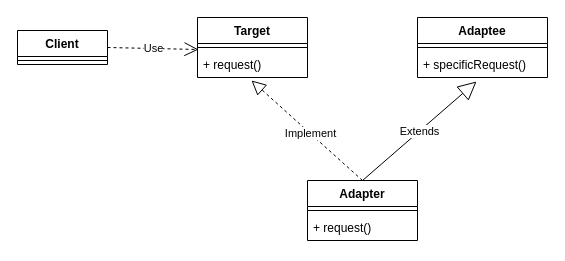
The draw.io diagram 设计模式/适配器模式-类适配器.drawio in g1823/Draw, before the edit. Source tidied: cells renumbered, new cells numbered last; positions are measured from the earlier drawing's top-left corner, leaving out a move shared by most shapes. Both pictures are drawn from the tidied source at 100%, with x=0, y=0 at pixel (17, 17).
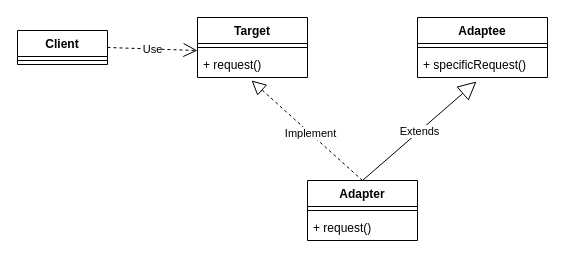
Above is the later version.

Commit message (it also covers changes not shown here):
更新适配器模式-类适配器.drawio

What changed in the source:
```diff
@@
 <mxGraphModel>
   <root>
     <mxCell id="0" />
     <mxCell id="1" parent="0" />
     <mxCell id="2" value="Client" style="swimlane;fontStyle=1;align=center;verticalAlign=top;horizontal=1;startSize=26;whiteSpace=wrap;html=1;" parent="1" vertex="1">
       <mxGeometry y="13" width="90" height="34" as="geometry" />
     </mxCell>
     <mxCell id="3" style="line;strokeWidth=1;fillColor=none;align=left;verticalAlign=middle;spacingTop=-1;spacingLeft=3;spacingRight=3;labelPosition=right;strokeColor=inherit;" parent="2" vertex="1">
       <mxGeometry y="26" width="90" height="8" as="geometry" />
     </mxCell>
     <mxCell id="4" value="Target" style="swimlane;fontStyle=1;align=center;verticalAlign=top;horizontal=1;startSize=26;whiteSpace=wrap;html=1;" parent="1" vertex="1">
       <mxGeometry x="180" width="110" height="60" as="geometry" />
     </mxCell>
     <mxCell id="5" style="line;strokeWidth=1;fillColor=none;align=left;verticalAlign=middle;spacingTop=-1;spacingLeft=3;spacingRight=3;labelPosition=right;strokeColor=inherit;" parent="4" vertex="1">
       <mxGeometry y="26" width="110" height="8" as="geometry" />
     </mxCell>
     <mxCell id="6" value="+ request()" style="text;strokeColor=none;fillColor=none;align=left;verticalAlign=top;spacingLeft=4;spacingRight=4;overflow=hidden;points=[[0,0.5],[1,0.5]];portConstraint=eastwest;whiteSpace=wrap;html=1;" parent="4" vertex="1">
       <mxGeometry y="34" width="110" height="26" as="geometry" />
     </mxCell>
     <mxCell id="7" value="Adaptee" style="swimlane;fontStyle=1;align=center;verticalAlign=top;horizontal=1;startSize=26;whiteSpace=wrap;html=1;" parent="1" vertex="1">
       <mxGeometry x="400" width="130" height="60" as="geometry" />
     </mxCell>
     <mxCell id="8" style="line;strokeWidth=1;fillColor=none;align=left;verticalAlign=middle;spacingTop=-1;spacingLeft=3;spacingRight=3;labelPosition=right;strokeColor=inherit;" parent="7" vertex="1">
       <mxGeometry y="26" width="130" height="8" as="geometry" />
     </mxCell>
     <mxCell id="9" value="+ specificRequest()" style="text;strokeColor=none;fillColor=none;align=left;verticalAlign=top;spacingLeft=4;spacingRight=4;overflow=hidden;points=[[0,0.5],[1,0.5]];portConstraint=eastwest;whiteSpace=wrap;html=1;" parent="7" vertex="1">
       <mxGeometry y="34" width="130" height="26" as="geometry" />
     </mxCell>
     <mxCell id="10" value="Adapter" style="swimlane;fontStyle=1;align=center;verticalAlign=top;horizontal=1;startSize=26;whiteSpace=wrap;html=1;" parent="1" vertex="1">
       <mxGeometry x="290" y="163" width="110" height="60" as="geometry" />
     </mxCell>
     <mxCell id="11" style="line;strokeWidth=1;fillColor=none;align=left;verticalAlign=middle;spacingTop=-1;spacingLeft=3;spacingRight=3;labelPosition=right;strokeColor=inherit;" parent="10" vertex="1">
       <mxGeometry y="26" width="110" height="8" as="geometry" />
     </mxCell>
     <mxCell id="12" value="+ request()" style="text;strokeColor=none;fillColor=none;align=left;verticalAlign=top;spacingLeft=4;spacingRight=4;overflow=hidden;whiteSpace=wrap;html=1;" parent="10" vertex="1">
       <mxGeometry y="34" width="110" height="26" as="geometry" />
     </mxCell>
     <mxCell id="13" value="Extends" style="endArrow=block;endSize=16;endFill=0;html=1;rounded=0;exitX=0.5;exitY=0;exitDx=0;exitDy=0;entryX=0.454;entryY=1.154;entryDx=0;entryDy=0;entryPerimeter=0;" parent="1" edge="1" source="10" target="9">
       <mxGeometry relative="1" as="geometry" />
     </mxCell>
     <mxCell id="14" style="endArrow=block;dashed=1;endFill=0;endSize=12;html=1;rounded=0;exitX=0.5;exitY=0;exitDx=0;exitDy=0;entryX=0.491;entryY=1.115;entryDx=0;entryDy=0;entryPerimeter=0;" parent="1" edge="1" source="10" target="6">
       <mxGeometry relative="1" as="geometry" />
     </mxCell>
     <mxCell id="15" value="Implement" style="edgeLabel;html=1;align=center;verticalAlign=middle;" parent="14" vertex="1">
       <mxGeometry x="-0.05" relative="1" as="geometry" />
     </mxCell>
-    <mxCell id="16" value="Use" style="endArrow=open;endSize=12;dashed=1;html=1;rounded=0;exitX=1;exitY=0.5;exitDx=0;exitDy=0;entryX=0.009;entryY=-0.077;entryDx=0;entryDy=0;entryPerimeter=0;" parent="1" edge="1" source="2" target="6">
+    <mxCell id="16" value="Use" style="endArrow=open;endSize=12;dashed=1;html=1;rounded=0;exitX=1;exitY=0.5;exitDx=0;exitDy=0;entryX=0;entryY=-0.038;entryDx=0;entryDy=0;entryPerimeter=0;" parent="1" edge="1" source="2" target="6">
       <mxGeometry relative="1" as="geometry" />
     </mxCell>
   </root>
 </mxGraphModel>
```
